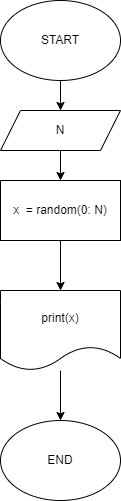
Before: ex000.drawio.png, a diagram exported from draw.io (Vangogh911/practice_temp). Source tidied: cells renumbered, new cells last; positions are measured from the earlier drawing's top-left corner, leaving out a move shared by most shapes.
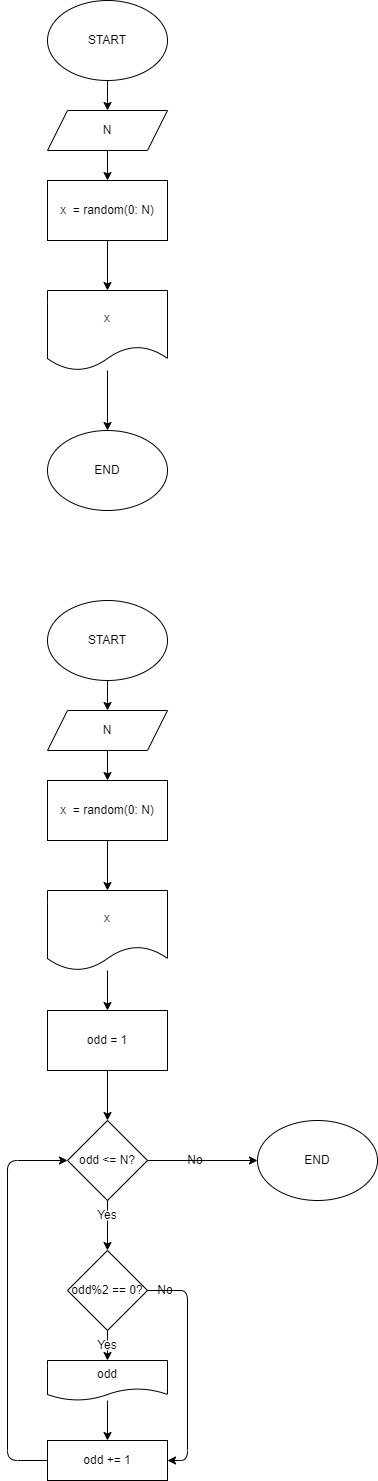
The same diagram one commit later.

Commit message:
add odd numbers

Change to the diagram source:
```diff
@@ -17,11 +17,11 @@
     <mxCell id="6" style="edgeStyle=none;html=1;" parent="1" edge="1" source="7" target="8">
       <mxGeometry relative="1" as="geometry" />
     </mxCell>
-    <mxCell id="7" value="print(x)" style="shape=document;whiteSpace=wrap;html=1;boundedLbl=1;" parent="1" vertex="1">
+    <mxCell id="7" value="x" style="shape=document;whiteSpace=wrap;html=1;boundedLbl=1;" parent="1" vertex="1">
       <mxGeometry y="290" width="120" height="80" as="geometry" />
     </mxCell>
     <mxCell id="8" value="END" style="ellipse;whiteSpace=wrap;html=1;" parent="1" vertex="1">
-      <mxGeometry y="420" width="120" height="80" as="geometry" />
+      <mxGeometry y="430" width="120" height="80" as="geometry" />
     </mxCell>
     <mxCell id="9" style="edgeStyle=none;html=1;" parent="1" edge="1" source="10" target="5">
       <mxGeometry relative="1" as="geometry" />
@@ -29,5 +29,99 @@
     <mxCell id="10" value="N" style="shape=parallelogram;perimeter=parallelogramPerimeter;whiteSpace=wrap;html=1;fixedSize=1;" parent="1" vertex="1">
       <mxGeometry y="110" width="120" height="40" as="geometry" />
     </mxCell>
+    <mxCell id="11" style="edgeStyle=none;html=1;" parent="1" edge="1" source="12" target="19">
+      <mxGeometry relative="1" as="geometry" />
+    </mxCell>
+    <mxCell id="12" value="START" style="ellipse;whiteSpace=wrap;html=1;" parent="1" vertex="1">
+      <mxGeometry y="600" width="120" height="80" as="geometry" />
+    </mxCell>
+    <mxCell id="13" style="edgeStyle=none;html=1;" parent="1" edge="1" source="14" target="16">
+      <mxGeometry relative="1" as="geometry" />
+    </mxCell>
+    <mxCell id="14" value="x&amp;nbsp; = random(0: N)" style="rounded=0;whiteSpace=wrap;html=1;" parent="1" vertex="1">
+      <mxGeometry y="780" width="120" height="60" as="geometry" />
+    </mxCell>
+    <mxCell id="15" style="edgeStyle=none;html=1;" parent="1" edge="1" source="16" target="21">
+      <mxGeometry relative="1" as="geometry" />
+    </mxCell>
+    <mxCell id="16" value="x" style="shape=document;whiteSpace=wrap;html=1;boundedLbl=1;" parent="1" vertex="1">
+      <mxGeometry y="890" width="120" height="80" as="geometry" />
+    </mxCell>
+    <mxCell id="17" value="END" style="ellipse;whiteSpace=wrap;html=1;" parent="1" vertex="1">
+      <mxGeometry x="210" y="1120" width="120" height="80" as="geometry" />
+    </mxCell>
+    <mxCell id="18" style="edgeStyle=none;html=1;" parent="1" edge="1" source="19" target="14">
+      <mxGeometry relative="1" as="geometry" />
+    </mxCell>
+    <mxCell id="19" value="N" style="shape=parallelogram;perimeter=parallelogramPerimeter;whiteSpace=wrap;html=1;fixedSize=1;" parent="1" vertex="1">
+      <mxGeometry y="710" width="120" height="40" as="geometry" />
+    </mxCell>
+    <mxCell id="20" style="edgeStyle=none;html=1;" parent="1" edge="1" source="21" target="24">
+      <mxGeometry relative="1" as="geometry" />
+    </mxCell>
+    <mxCell id="21" value="odd = 1" style="rounded=0;whiteSpace=wrap;html=1;" parent="1" vertex="1">
+      <mxGeometry y="1010" width="120" height="60" as="geometry" />
+    </mxCell>
+    <mxCell id="22" style="edgeStyle=none;html=1;startArrow=none;" parent="1" edge="1" source="36" target="27">
+      <mxGeometry relative="1" as="geometry" />
+    </mxCell>
+    <mxCell id="23" style="edgeStyle=none;html=1;entryX=0;entryY=0.5;entryDx=0;entryDy=0;" parent="1" edge="1" source="24" target="17">
+      <mxGeometry relative="1" as="geometry" />
+    </mxCell>
+    <mxCell id="24" value="odd &amp;lt;= N?" style="rhombus;whiteSpace=wrap;html=1;" parent="1" vertex="1">
+      <mxGeometry x="20" y="1120" width="80" height="80" as="geometry" />
+    </mxCell>
+    <mxCell id="25" style="edgeStyle=none;html=1;startArrow=none;" parent="1" edge="1" source="32" target="29">
+      <mxGeometry relative="1" as="geometry" />
+    </mxCell>
+    <mxCell id="26" style="edgeStyle=none;html=1;entryX=1;entryY=0.5;entryDx=0;entryDy=0;startArrow=none;" parent="1" edge="1" source="34" target="31">
+      <mxGeometry relative="1" as="geometry">
+        <Array as="points">
+          <mxPoint x="140" y="1290" />
+          <mxPoint x="140" y="1460" />
+        </Array>
+      </mxGeometry>
+    </mxCell>
+    <mxCell id="27" value="odd%2 == 0?" style="rhombus;whiteSpace=wrap;html=1;" parent="1" vertex="1">
+      <mxGeometry x="20" y="1250" width="80" height="80" as="geometry" />
+    </mxCell>
+    <mxCell id="28" style="edgeStyle=none;html=1;" parent="1" edge="1" source="29" target="31">
+      <mxGeometry relative="1" as="geometry" />
+    </mxCell>
+    <mxCell id="29" value="odd" style="shape=document;whiteSpace=wrap;html=1;boundedLbl=1;" parent="1" vertex="1">
+      <mxGeometry y="1360" width="120" height="40" as="geometry" />
+    </mxCell>
+    <mxCell id="30" style="edgeStyle=none;html=1;entryX=0;entryY=0.5;entryDx=0;entryDy=0;" parent="1" edge="1" source="31" target="24">
+      <mxGeometry relative="1" as="geometry">
+        <Array as="points">
+          <mxPoint x="-40" y="1460" />
+          <mxPoint x="-40" y="1160" />
+        </Array>
+      </mxGeometry>
+    </mxCell>
+    <mxCell id="31" value="odd += 1" style="rounded=0;whiteSpace=wrap;html=1;" parent="1" vertex="1">
+      <mxGeometry y="1440" width="120" height="40" as="geometry" />
+    </mxCell>
+    <mxCell id="32" value="Yes" style="text;html=1;strokeColor=none;fillColor=none;align=center;verticalAlign=middle;whiteSpace=wrap;rounded=0;" parent="1" vertex="1">
+      <mxGeometry x="30" y="1340" width="60" height="10" as="geometry" />
+    </mxCell>
+    <mxCell id="33" style="edgeStyle=none;html=1;endArrow=none;" parent="1" edge="1" source="27" target="32">
+      <mxGeometry relative="1" as="geometry" />
+    </mxCell>
+    <mxCell id="34" value="No" style="text;html=1;strokeColor=none;fillColor=none;align=center;verticalAlign=middle;whiteSpace=wrap;rounded=0;" parent="1" vertex="1">
+      <mxGeometry x="110" y="1285" width="16" height="10" as="geometry" />
+    </mxCell>
+    <mxCell id="35" style="edgeStyle=none;html=1;entryX=1;entryY=0.5;entryDx=0;entryDy=0;endArrow=none;" parent="1" edge="1" source="27" target="34">
+      <mxGeometry relative="1" as="geometry" />
+    </mxCell>
+    <mxCell id="36" value="Yes" style="text;html=1;strokeColor=none;fillColor=none;align=center;verticalAlign=middle;whiteSpace=wrap;rounded=0;" parent="1" vertex="1">
+      <mxGeometry x="30" y="1210" width="60" height="10" as="geometry" />
+    </mxCell>
+    <mxCell id="37" style="edgeStyle=none;html=1;endArrow=none;" parent="1" edge="1" source="24" target="36">
+      <mxGeometry relative="1" as="geometry" />
+    </mxCell>
+    <mxCell id="38" value="No" style="text;html=1;strokeColor=none;fillColor=none;align=center;verticalAlign=middle;whiteSpace=wrap;rounded=0;" parent="1" vertex="1">
+      <mxGeometry x="140" y="1155" width="16" height="10" as="geometry" />
+    </mxCell>
   </root>
 </mxGraphModel>
```
